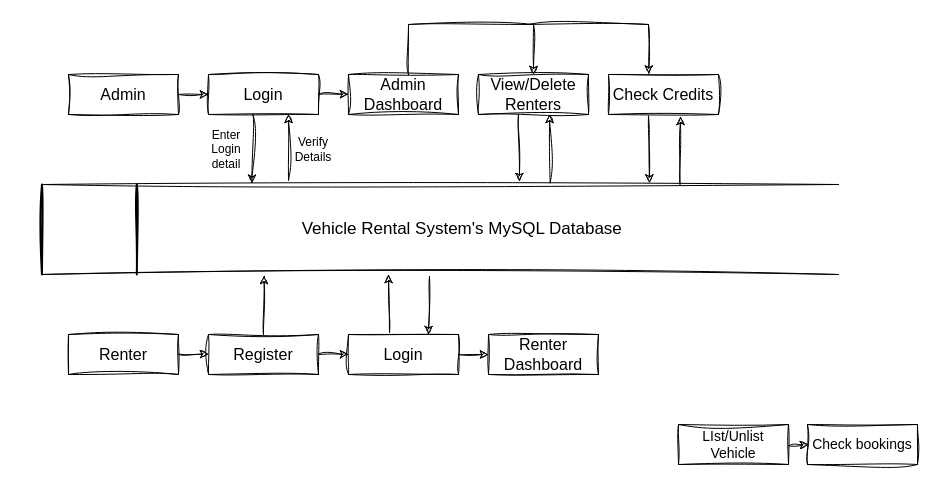
Earlier version of the draw.io diagram physical_dfd.drawio (aashu-kattel/Sys.-Analysis-Design). Source tidied: cells renumbered, new cells numbered last; positions are measured from the earlier drawing's top-left corner, leaving out a move shared by most shapes. Both pictures are drawn from the tidied source at 100%, with x=0, y=0 at pixel (18, 24).
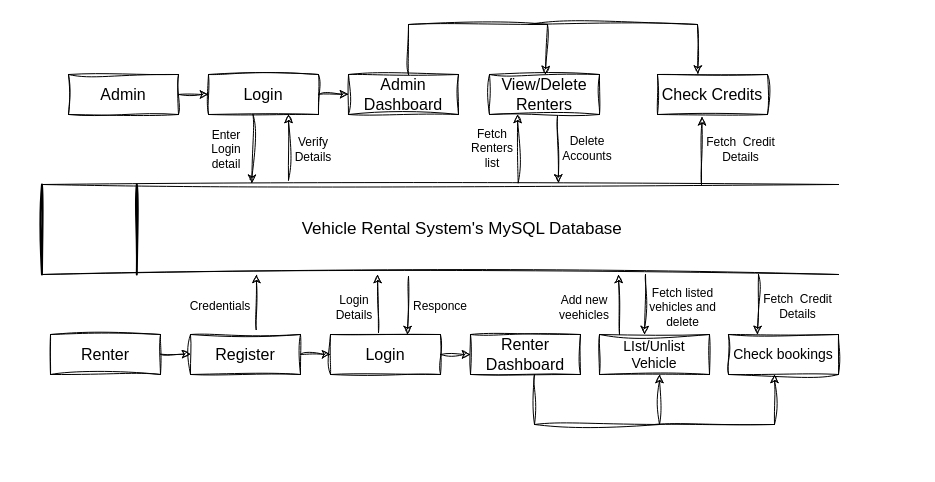
Above is the later version.

Unchanged cells that the change refers to:
```xml
<mxCell id="3" value="&lt;font style=&quot;font-size: 17px;&quot;&gt;&amp;nbsp; &amp;nbsp; &amp;nbsp; &amp;nbsp; &amp;nbsp;Vehicle Rental System's MySQL Database&lt;/font&gt;" style="shape=partialRectangle;whiteSpace=wrap;html=1;left=0;right=0;fillColor=none;sketch=1;curveFitting=1;jiggle=2;" parent="2" vertex="1">
  <mxGeometry x="23.5" width="796.5" height="90" as="geometry" />
</mxCell>
```

Change to the diagram source:
```diff
@@
     <mxCell id="15" value="&lt;font style=&quot;font-size: 16px;&quot;&gt;View/Delete Renters&lt;/font&gt;" style="rounded=0;whiteSpace=wrap;html=1;sketch=1;curveFitting=1;jiggle=2;" parent="1" vertex="1">
-      <mxGeometry x="460" y="50" width="110" height="40" as="geometry" />
+      <mxGeometry x="471" y="50" width="110" height="40" as="geometry" />
     </mxCell>
     <mxCell id="16" style="endArrow=classic;html=1;rounded=0;sketch=1;curveFitting=1;jiggle=2;" parent="1" edge="1" target="15">
       <mxGeometry relative="1" as="geometry">
         <mxPoint x="390" y="50" as="sourcePoint" />
         <Array as="points">
           <mxPoint x="390" />
-          <mxPoint x="515" />
+          <mxPoint x="529" />
         </Array>
       </mxGeometry>
     </mxCell>
     <mxCell id="17" value="&lt;font style=&quot;font-size: 16px;&quot;&gt;Check Credits&lt;/font&gt;" style="rounded=0;whiteSpace=wrap;html=1;sketch=1;curveFitting=1;jiggle=2;" parent="1" vertex="1">
-      <mxGeometry x="590" y="50" width="110" height="40" as="geometry" />
+      <mxGeometry x="639" y="50" width="110" height="40" as="geometry" />
     </mxCell>
     <mxCell id="18" style="endArrow=classic;html=1;rounded=0;entryX=0.367;entryY=-0.01;entryDx=0;entryDy=0;entryPerimeter=0;sketch=1;curveFitting=1;jiggle=2;" parent="1" edge="1" target="17">
       <mxGeometry relative="1" as="geometry">
         <mxPoint x="510" as="sourcePoint" />
         <Array as="points">
-          <mxPoint x="630" />
+          <mxPoint x="679" />
         </Array>
       </mxGeometry>
     </mxCell>
     <mxCell id="19" style="endArrow=classic;html=1;rounded=0;exitX=0.339;exitY=-0.036;exitDx=0;exitDy=0;exitPerimeter=0;entryX=0.818;entryY=1;entryDx=0;entryDy=0;entryPerimeter=0;sketch=1;curveFitting=1;jiggle=2;" parent="1" edge="1">
       <mxGeometry relative="1" as="geometry">
-        <mxPoint x="500" y="90" as="sourcePoint" />
-        <mxPoint x="501" y="157" as="targetPoint" />
+        <mxPoint x="539" y="91.5" as="sourcePoint" />
+        <mxPoint x="540" y="158.5" as="targetPoint" />
       </mxGeometry>
     </mxCell>
-    <mxCell id="20" style="endArrow=classic;html=1;rounded=0;exitX=0.638;exitY=-0.019;exitDx=0;exitDy=0;exitPerimeter=0;entryX=0.818;entryY=1;entryDx=0;entryDy=0;entryPerimeter=0;sketch=1;curveFitting=1;jiggle=2;" parent="1" edge="1" source="3">
+    <mxCell id="20" style="endArrow=classic;html=1;rounded=0;exitX=0.638;exitY=-0.019;exitDx=0;exitDy=0;exitPerimeter=0;entryX=0.818;entryY=1;entryDx=0;entryDy=0;entryPerimeter=0;sketch=1;curveFitting=1;jiggle=2;" parent="1" edge="1">
       <mxGeometry relative="1" as="geometry">
-        <mxPoint x="531" y="90" as="targetPoint" />
+        <mxPoint x="499.7" y="158.3" as="sourcePoint" />
+        <mxPoint x="499" y="90" as="targetPoint" />
       </mxGeometry>
     </mxCell>
-    <mxCell id="21" style="endArrow=classic;html=1;rounded=0;exitX=0.339;exitY=-0.036;exitDx=0;exitDy=0;exitPerimeter=0;entryX=0.818;entryY=1;entryDx=0;entryDy=0;entryPerimeter=0;sketch=1;curveFitting=1;jiggle=2;" parent="1" edge="1">
-      <mxGeometry relative="1" as="geometry">
-        <mxPoint x="630" y="91.5" as="sourcePoint" />
-        <mxPoint x="631" y="158.5" as="targetPoint" />
-      </mxGeometry>
-    </mxCell>
-    <mxCell id="22" style="endArrow=classic;html=1;rounded=0;exitX=0.801;exitY=-0.003;exitDx=0;exitDy=0;exitPerimeter=0;entryX=0.818;entryY=1;entryDx=0;entryDy=0;entryPerimeter=0;sketch=1;curveFitting=1;jiggle=2;" parent="1" edge="1" source="3">
+    <mxCell id="22" style="endArrow=classic;html=1;rounded=0;exitX=0.801;exitY=-0.003;exitDx=0;exitDy=0;exitPerimeter=0;entryX=0.818;entryY=1;entryDx=0;entryDy=0;entryPerimeter=0;sketch=1;curveFitting=1;jiggle=2;" parent="1" edge="1">
       <mxGeometry relative="1" as="geometry">
-        <mxPoint x="662" y="92" as="targetPoint" />
+        <mxPoint x="683" y="160" as="sourcePoint" />
+        <mxPoint x="683.5" y="92.3" as="targetPoint" />
       </mxGeometry>
     </mxCell>
     <mxCell id="23" value="&lt;font style=&quot;font-size: 16px;&quot;&gt;Renter&lt;/font&gt;" style="rounded=0;whiteSpace=wrap;html=1;sketch=1;curveFitting=1;jiggle=2;" parent="1" vertex="1">
-      <mxGeometry x="50" y="310" width="110" height="40" as="geometry" />
+      <mxGeometry x="32" y="310" width="110" height="40" as="geometry" />
     </mxCell>
     <mxCell id="24" value="&lt;font style=&quot;font-size: 16px;&quot;&gt;Register&lt;/font&gt;" style="rounded=0;whiteSpace=wrap;html=1;sketch=1;curveFitting=1;jiggle=2;" parent="1" vertex="1">
-      <mxGeometry x="190" y="310" width="110" height="40" as="geometry" />
+      <mxGeometry x="172" y="310" width="110" height="40" as="geometry" />
     </mxCell>
     <mxCell id="25" style="endArrow=classic;html=1;rounded=0;exitX=1;exitY=0.5;exitDx=0;exitDy=0;sketch=1;curveFitting=1;jiggle=2;" parent="1" edge="1">
       <mxGeometry relative="1" as="geometry">
-        <mxPoint x="160" y="329.7" as="sourcePoint" />
-        <mxPoint x="190" y="329.7" as="targetPoint" />
+        <mxPoint x="142" y="329.7" as="sourcePoint" />
+        <mxPoint x="172" y="329.7" as="targetPoint" />
       </mxGeometry>
     </mxCell>
-    <mxCell id="26" style="endArrow=classic;html=1;rounded=0;exitX=0.5;exitY=0;exitDx=0;exitDy=0;sketch=1;curveFitting=1;jiggle=2;entryX=0.279;entryY=1.012;entryDx=0;entryDy=0;entryPerimeter=0;" parent="1" edge="1" source="24" target="3">
-      <mxGeometry relative="1" as="geometry" />
+    <mxCell id="26" style="endArrow=classic;html=1;rounded=0;exitX=0.597;exitY=-0.122;exitDx=0;exitDy=0;sketch=1;curveFitting=1;jiggle=2;exitPerimeter=0;" parent="1" edge="1" source="24">
+      <mxGeometry relative="1" as="geometry">
+        <mxPoint x="238" y="250" as="targetPoint" />
+      </mxGeometry>
     </mxCell>
     <mxCell id="27" value="&lt;font style=&quot;font-size: 16px;&quot;&gt;Login&lt;/font&gt;" style="rounded=0;whiteSpace=wrap;html=1;sketch=1;curveFitting=1;jiggle=2;" parent="1" vertex="1">
-      <mxGeometry x="330" y="310" width="110" height="40" as="geometry" />
+      <mxGeometry x="312" y="310" width="110" height="40" as="geometry" />
     </mxCell>
     <mxCell id="28" style="endArrow=classic;html=1;rounded=0;exitX=0.5;exitY=0;exitDx=0;exitDy=0;sketch=1;curveFitting=1;jiggle=2;entryX=0.288;entryY=1.019;entryDx=0;entryDy=0;entryPerimeter=0;" parent="1" edge="1">
       <mxGeometry relative="1" as="geometry">
-        <mxPoint x="371" y="308" as="sourcePoint" />
-        <mxPoint x="370" y="250" as="targetPoint" />
+        <mxPoint x="360" y="308" as="sourcePoint" />
+        <mxPoint x="359" y="250" as="targetPoint" />
       </mxGeometry>
     </mxCell>
     <mxCell id="29" style="endArrow=classic;html=1;rounded=0;exitX=0.5;exitY=0;exitDx=0;exitDy=0;sketch=1;curveFitting=1;jiggle=2;entryX=0.288;entryY=1.019;entryDx=0;entryDy=0;entryPerimeter=0;" parent="1" edge="1">
       <mxGeometry relative="1" as="geometry">
-        <mxPoint x="411" y="252" as="sourcePoint" />
-        <mxPoint x="410" y="310" as="targetPoint" />
+        <mxPoint x="390" y="252" as="sourcePoint" />
+        <mxPoint x="389" y="310" as="targetPoint" />
       </mxGeometry>
     </mxCell>
     <mxCell id="30" style="endArrow=classic;html=1;rounded=0;exitX=1;exitY=0.5;exitDx=0;exitDy=0;sketch=1;curveFitting=1;jiggle=2;" parent="1" edge="1">
       <mxGeometry relative="1" as="geometry">
-        <mxPoint x="300" y="329.9" as="sourcePoint" />
-        <mxPoint x="330" y="330" as="targetPoint" />
+        <mxPoint x="282" y="329.9" as="sourcePoint" />
+        <mxPoint x="312" y="330" as="targetPoint" />
       </mxGeometry>
     </mxCell>
     <mxCell id="31" value="&lt;font style=&quot;font-size: 14px;&quot;&gt;LIst/Unlist&lt;br&gt;Vehicle&lt;/font&gt;" style="rounded=0;whiteSpace=wrap;html=1;sketch=1;curveFitting=1;jiggle=2;" parent="1" vertex="1">
-      <mxGeometry x="660" y="400" width="110" height="40" as="geometry" />
+      <mxGeometry x="581" y="310" width="110" height="40" as="geometry" />
     </mxCell>
-    <mxCell id="32" style="endArrow=classic;html=1;rounded=0;sketch=1;curveFitting=1;jiggle=2;" parent="1" edge="1">
-      <mxGeometry relative="1" as="geometry">
-        <mxPoint x="440" y="330" as="sourcePoint" />
-        <mxPoint x="470" y="330" as="targetPoint" />
-      </mxGeometry>
-    </mxCell>
     <mxCell id="33" value="&lt;span style=&quot;font-size: 14px;&quot;&gt;Check bookings&lt;/span&gt;" style="rounded=0;whiteSpace=wrap;html=1;sketch=1;curveFitting=1;jiggle=2;" parent="1" vertex="1">
-      <mxGeometry x="789" y="400" width="110" height="40" as="geometry" />
+      <mxGeometry x="710" y="310" width="110" height="40" as="geometry" />
     </mxCell>
-    <mxCell id="34" style="endArrow=classic;html=1;rounded=0;sketch=1;curveFitting=1;jiggle=2;exitX=1;exitY=0.75;exitDx=0;exitDy=0;" parent="1" edge="1">
-      <mxGeometry relative="1" as="geometry">
-        <mxPoint x="770" y="421.3" as="sourcePoint" />
-        <mxPoint x="790" y="420" as="targetPoint" />
-      </mxGeometry>
-    </mxCell>
     <mxCell id="35" value="&lt;font style=&quot;font-size: 16px;&quot;&gt;Renter Dashboard&lt;/font&gt;" style="rounded=0;whiteSpace=wrap;html=1;sketch=1;curveFitting=1;jiggle=2;" parent="1" vertex="1">
-      <mxGeometry x="470" y="310" width="110" height="40" as="geometry" />
+      <mxGeometry x="452" y="310" width="110" height="40" as="geometry" />
     </mxCell>
+    <mxCell id="36" style="endArrow=classic;html=1;rounded=0;sketch=1;curveFitting=1;jiggle=2;" parent="1" edge="1">
+      <mxGeometry relative="1" as="geometry">
+        <mxPoint x="422" y="330" as="sourcePoint" />
+        <mxPoint x="452" y="330" as="targetPoint" />
+      </mxGeometry>
+    </mxCell>
+    <mxCell id="37" style="endArrow=classic;html=1;rounded=0;sketch=1;curveFitting=1;jiggle=2;" parent="1" edge="1">
+      <mxGeometry relative="1" as="geometry">
+        <mxPoint x="516" y="350" as="sourcePoint" />
+        <mxPoint x="641" y="350" as="targetPoint" />
+        <Array as="points">
+          <mxPoint x="516" y="400" />
+          <mxPoint x="641" y="400" />
+        </Array>
+      </mxGeometry>
+    </mxCell>
+    <mxCell id="38" style="endArrow=classic;html=1;rounded=0;entryX=0.367;entryY=-0.01;entryDx=0;entryDy=0;entryPerimeter=0;sketch=1;curveFitting=1;jiggle=2;" parent="1" edge="1">
+      <mxGeometry relative="1" as="geometry">
+        <mxPoint x="636" y="400" as="sourcePoint" />
+        <mxPoint x="756" y="350" as="targetPoint" />
+        <Array as="points">
+          <mxPoint x="756" y="400" />
+        </Array>
+      </mxGeometry>
+    </mxCell>
+    <mxCell id="39" style="endArrow=classic;html=1;rounded=0;exitX=0.638;exitY=-0.019;exitDx=0;exitDy=0;exitPerimeter=0;sketch=1;curveFitting=1;jiggle=2;" parent="1" edge="1">
+      <mxGeometry relative="1" as="geometry">
+        <mxPoint x="601" y="310" as="sourcePoint" />
+        <mxPoint x="600" y="250" as="targetPoint" />
+      </mxGeometry>
+    </mxCell>
+    <mxCell id="40" style="endArrow=classic;html=1;rounded=0;exitX=0.638;exitY=-0.019;exitDx=0;exitDy=0;exitPerimeter=0;sketch=1;curveFitting=1;jiggle=2;" parent="1" edge="1">
+      <mxGeometry relative="1" as="geometry">
+        <mxPoint x="627" y="250" as="sourcePoint" />
+        <mxPoint x="626" y="310" as="targetPoint" />
+      </mxGeometry>
+    </mxCell>
+    <mxCell id="41" style="endArrow=classic;html=1;rounded=0;exitX=0.638;exitY=-0.019;exitDx=0;exitDy=0;exitPerimeter=0;sketch=1;curveFitting=1;jiggle=2;" parent="1" edge="1">
+      <mxGeometry relative="1" as="geometry">
+        <mxPoint x="740" y="250" as="sourcePoint" />
+        <mxPoint x="739" y="310" as="targetPoint" />
+      </mxGeometry>
+    </mxCell>
+    <mxCell id="42" value="Credentials" style="text;html=1;strokeColor=none;fillColor=none;align=center;verticalAlign=middle;whiteSpace=wrap;rounded=0;" parent="1" vertex="1">
+      <mxGeometry x="172" y="267" width="60" height="30" as="geometry" />
+    </mxCell>
+    <mxCell id="43" value="Login&lt;br&gt;Details" style="text;html=1;strokeColor=none;fillColor=none;align=center;verticalAlign=middle;whiteSpace=wrap;rounded=0;" parent="1" vertex="1">
+      <mxGeometry x="306" y="268" width="60" height="30" as="geometry" />
+    </mxCell>
+    <mxCell id="44" value="Responce" style="text;html=1;strokeColor=none;fillColor=none;align=center;verticalAlign=middle;whiteSpace=wrap;rounded=0;" parent="1" vertex="1">
+      <mxGeometry x="392" y="267" width="60" height="30" as="geometry" />
+    </mxCell>
+    <mxCell id="45" value="Fetch Renters&lt;br&gt;list" style="text;html=1;strokeColor=none;fillColor=none;align=center;verticalAlign=middle;whiteSpace=wrap;rounded=0;sketch=1;curveFitting=1;jiggle=2;" parent="1" vertex="1">
+      <mxGeometry x="444" y="109" width="60" height="30" as="geometry" />
+    </mxCell>
+    <mxCell id="46" value="Delete&lt;br&gt;Accounts" style="text;html=1;strokeColor=none;fillColor=none;align=center;verticalAlign=middle;whiteSpace=wrap;rounded=0;sketch=1;curveFitting=1;jiggle=2;" parent="1" vertex="1">
+      <mxGeometry x="539" y="109" width="60" height="30" as="geometry" />
+    </mxCell>
+    <mxCell id="47" value="Add new veehicles" style="text;html=1;strokeColor=none;fillColor=none;align=center;verticalAlign=middle;whiteSpace=wrap;rounded=0;" parent="1" vertex="1">
+      <mxGeometry x="536" y="268" width="60" height="30" as="geometry" />
+    </mxCell>
+    <mxCell id="48" value="Fetch listed vehicles and delete" style="text;html=1;strokeColor=none;fillColor=none;align=center;verticalAlign=middle;whiteSpace=wrap;rounded=0;" parent="1" vertex="1">
+      <mxGeometry x="625" y="274" width="79" height="18" as="geometry" />
+    </mxCell>
+    <mxCell id="49" value="Fetch&amp;nbsp; Credit Details" style="text;html=1;strokeColor=none;fillColor=none;align=center;verticalAlign=middle;whiteSpace=wrap;rounded=0;" parent="1" vertex="1">
+      <mxGeometry x="683" y="116" width="79" height="18" as="geometry" />
+    </mxCell>
+    <mxCell id="50" value="Fetch&amp;nbsp; Credit Details" style="text;html=1;strokeColor=none;fillColor=none;align=center;verticalAlign=middle;whiteSpace=wrap;rounded=0;" parent="1" vertex="1">
+      <mxGeometry x="740" y="273" width="79" height="18" as="geometry" />
+    </mxCell>
```
